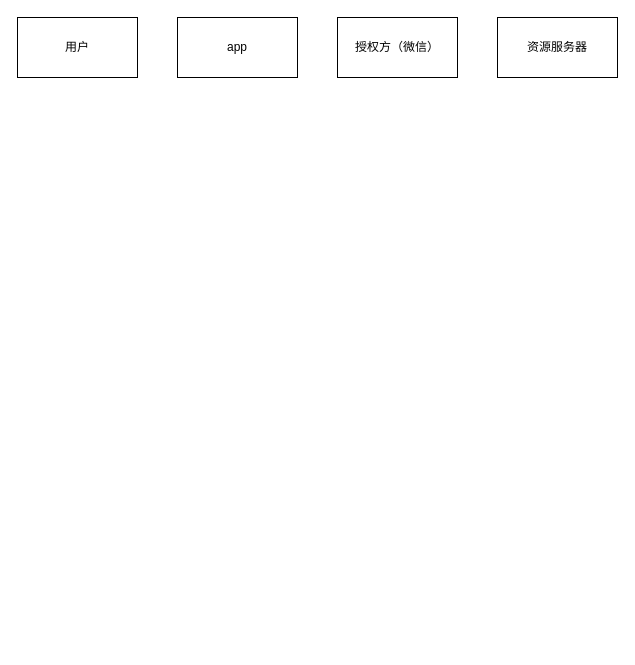
Above: 未命名绘图.drawio in wddpzp/problems (draw.io), before the change. Source tidied: cells renumbered, new cells numbered last; positions are measured from the earlier drawing's top-left corner, leaving out a move shared by most shapes. Both pictures are drawn from the tidied source at 100%, with x=0, y=0 at pixel (17, 17).
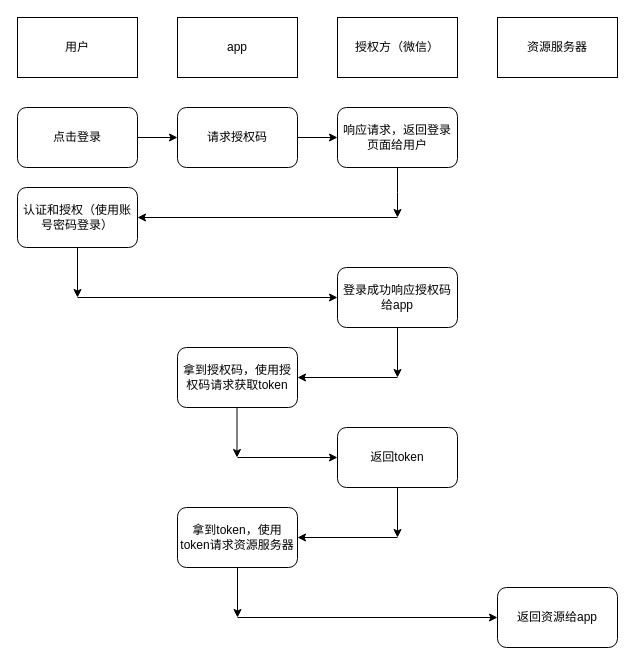
After the change.

The edit, as a diff of the source:
```diff
@@
+    <mxCell id="6" style="edgeStyle=orthogonalEdgeStyle;rounded=0;jettySize=auto;html=1;" parent="1" edge="1" source="7" target="9">
+      <mxGeometry relative="1" as="geometry" />
+    </mxCell>
+    <mxCell id="7" value="点击登录" style="rounded=1;whiteSpace=wrap;html=1;" parent="1" vertex="1">
+      <mxGeometry y="90" width="120" height="60" as="geometry" />
+    </mxCell>
+    <mxCell id="8" style="edgeStyle=orthogonalEdgeStyle;rounded=0;jettySize=auto;html=1;" parent="1" edge="1" source="9" target="11">
+      <mxGeometry relative="1" as="geometry" />
+    </mxCell>
+    <mxCell id="9" value="请求授权码" style="whiteSpace=wrap;html=1;rounded=1;" parent="1" vertex="1">
+      <mxGeometry x="160" y="90" width="120" height="60" as="geometry" />
+    </mxCell>
+    <mxCell id="10" style="edgeStyle=orthogonalEdgeStyle;rounded=0;jettySize=auto;html=1;" parent="1" edge="1" source="11">
+      <mxGeometry relative="1" as="geometry">
+        <mxPoint x="380" y="200" as="targetPoint" />
+      </mxGeometry>
+    </mxCell>
+    <mxCell id="11" value="响应请求，返回登录页面给用户" style="rounded=1;whiteSpace=wrap;html=1;" parent="1" vertex="1">
+      <mxGeometry x="320" y="90" width="120" height="60" as="geometry" />
+    </mxCell>
+    <mxCell id="12" style="endArrow=classic;html=1;rounded=0;" parent="1" edge="1" target="13">
+      <mxGeometry relative="1" as="geometry">
+        <mxPoint x="380" y="200" as="sourcePoint" />
+      </mxGeometry>
+    </mxCell>
+    <mxCell id="13" value="认证和授权（使用账号密码登录）" style="rounded=1;whiteSpace=wrap;html=1;" parent="1" vertex="1">
+      <mxGeometry y="170" width="120" height="60" as="geometry" />
+    </mxCell>
+    <mxCell id="14" style="endArrow=classic;html=1;rounded=0;exitX=0.5;exitY=1;exitDx=0;exitDy=0;" parent="1" edge="1" source="13">
+      <mxGeometry relative="1" as="geometry">
+        <mxPoint x="60" y="280" as="targetPoint" />
+      </mxGeometry>
+    </mxCell>
+    <mxCell id="15" style="endArrow=classic;html=1;rounded=0;" parent="1" edge="1" target="16">
+      <mxGeometry relative="1" as="geometry">
+        <mxPoint x="60" y="280" as="sourcePoint" />
+      </mxGeometry>
+    </mxCell>
+    <mxCell id="16" value="登录成功响应授权码给app" style="rounded=1;whiteSpace=wrap;html=1;" parent="1" vertex="1">
+      <mxGeometry x="320" y="250" width="120" height="60" as="geometry" />
+    </mxCell>
+    <mxCell id="17" style="endArrow=classic;html=1;rounded=0;exitX=0.5;exitY=1;exitDx=0;exitDy=0;" parent="1" edge="1" source="16">
+      <mxGeometry relative="1" as="geometry">
+        <mxPoint x="380" y="360" as="targetPoint" />
+      </mxGeometry>
+    </mxCell>
+    <mxCell id="18" style="endArrow=classic;html=1;rounded=0;" parent="1" edge="1" target="19">
+      <mxGeometry relative="1" as="geometry">
+        <mxPoint x="380" y="360" as="sourcePoint" />
+      </mxGeometry>
+    </mxCell>
+    <mxCell id="19" value="拿到授权码，使用授权码请求获取token" style="rounded=1;whiteSpace=wrap;html=1;" parent="1" vertex="1">
+      <mxGeometry x="160" y="330" width="120" height="60" as="geometry" />
+    </mxCell>
+    <mxCell id="20" style="endArrow=classic;html=1;rounded=0;exitX=0.5;exitY=1;exitDx=0;exitDy=0;" parent="1" edge="1">
+      <mxGeometry relative="1" as="geometry">
+        <mxPoint x="219.5" y="390" as="sourcePoint" />
+        <mxPoint x="219.5" y="440" as="targetPoint" />
+      </mxGeometry>
+    </mxCell>
+    <mxCell id="21" style="endArrow=classic;html=1;rounded=0;" parent="1" edge="1" target="22">
+      <mxGeometry relative="1" as="geometry">
+        <mxPoint x="220" y="440" as="sourcePoint" />
+      </mxGeometry>
+    </mxCell>
+    <mxCell id="22" value="返回token" style="rounded=1;whiteSpace=wrap;html=1;" parent="1" vertex="1">
+      <mxGeometry x="320" y="410" width="120" height="60" as="geometry" />
+    </mxCell>
+    <mxCell id="23" style="endArrow=classic;html=1;rounded=0;exitX=0.5;exitY=1;exitDx=0;exitDy=0;" parent="1" edge="1" source="22">
+      <mxGeometry relative="1" as="geometry">
+        <mxPoint x="380" y="520" as="targetPoint" />
+      </mxGeometry>
+    </mxCell>
+    <mxCell id="24" style="endArrow=classic;html=1;rounded=0;" parent="1" edge="1" target="25">
+      <mxGeometry relative="1" as="geometry">
+        <mxPoint x="380" y="520" as="sourcePoint" />
+      </mxGeometry>
+    </mxCell>
+    <mxCell id="25" value="拿到token，使用token请求资源服务器" style="rounded=1;whiteSpace=wrap;html=1;" parent="1" vertex="1">
+      <mxGeometry x="160" y="490" width="120" height="60" as="geometry" />
+    </mxCell>
+    <mxCell id="26" style="endArrow=classic;html=1;rounded=0;exitX=0.5;exitY=1;exitDx=0;exitDy=0;" parent="1" edge="1" source="25">
+      <mxGeometry relative="1" as="geometry">
+        <mxPoint x="220" y="600" as="targetPoint" />
+      </mxGeometry>
+    </mxCell>
+    <mxCell id="27" style="endArrow=classic;html=1;rounded=0;" parent="1" edge="1" target="28">
+      <mxGeometry relative="1" as="geometry">
+        <mxPoint x="220" y="600" as="sourcePoint" />
+      </mxGeometry>
+    </mxCell>
+    <mxCell id="28" value="返回资源给app" style="rounded=1;whiteSpace=wrap;html=1;" parent="1" vertex="1">
+      <mxGeometry x="480" y="570" width="120" height="60" as="geometry" />
+    </mxCell>
```
